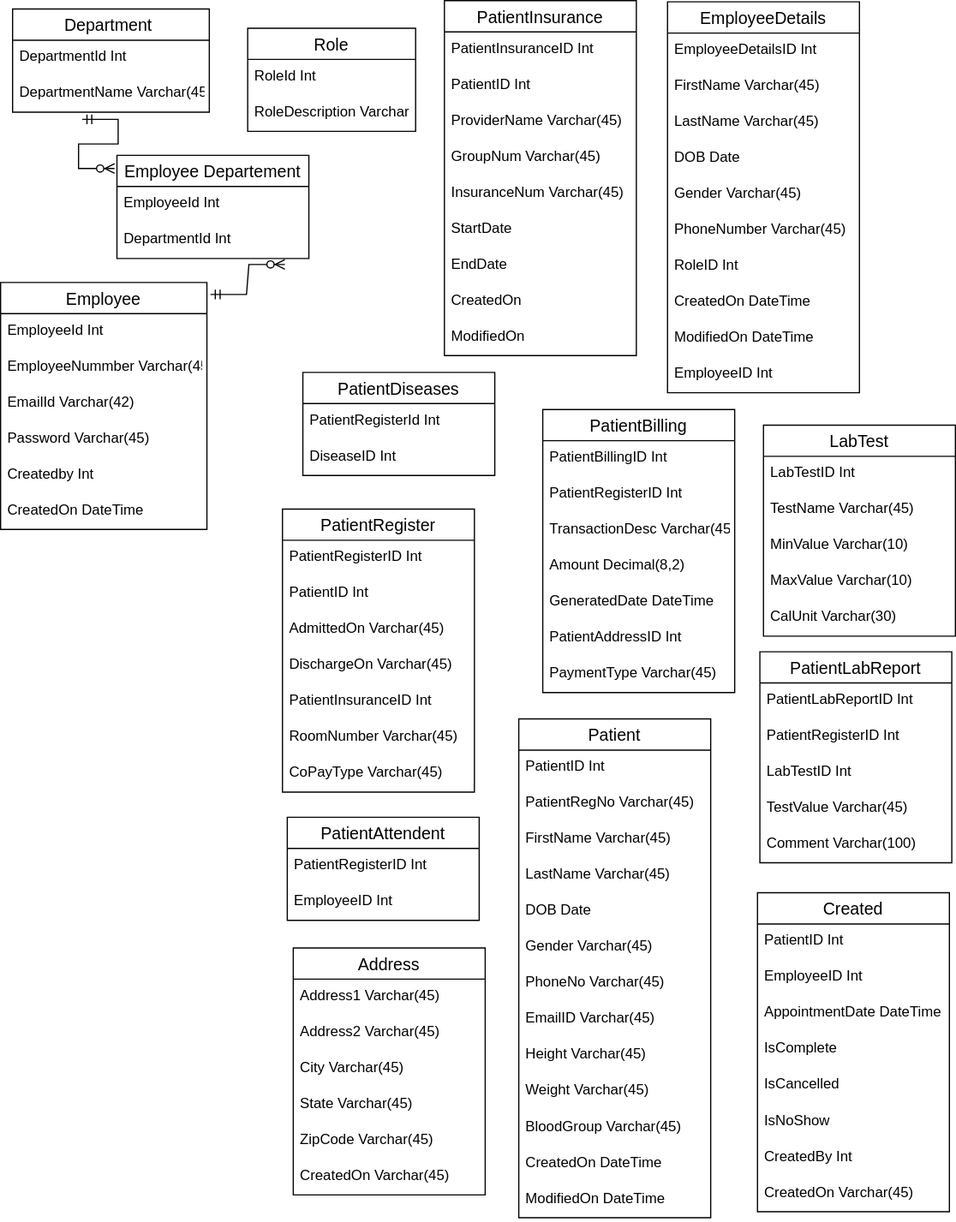
Mahima-01/Training-Repository keeps this draw.io diagram as Hospital Management System/Hospital Management System.drawio.svg. Above is the earlier version. Source tidied: cells renumbered, new cells last; positions are measured from the earlier drawing's top-left corner, leaving out a move shared by most shapes.
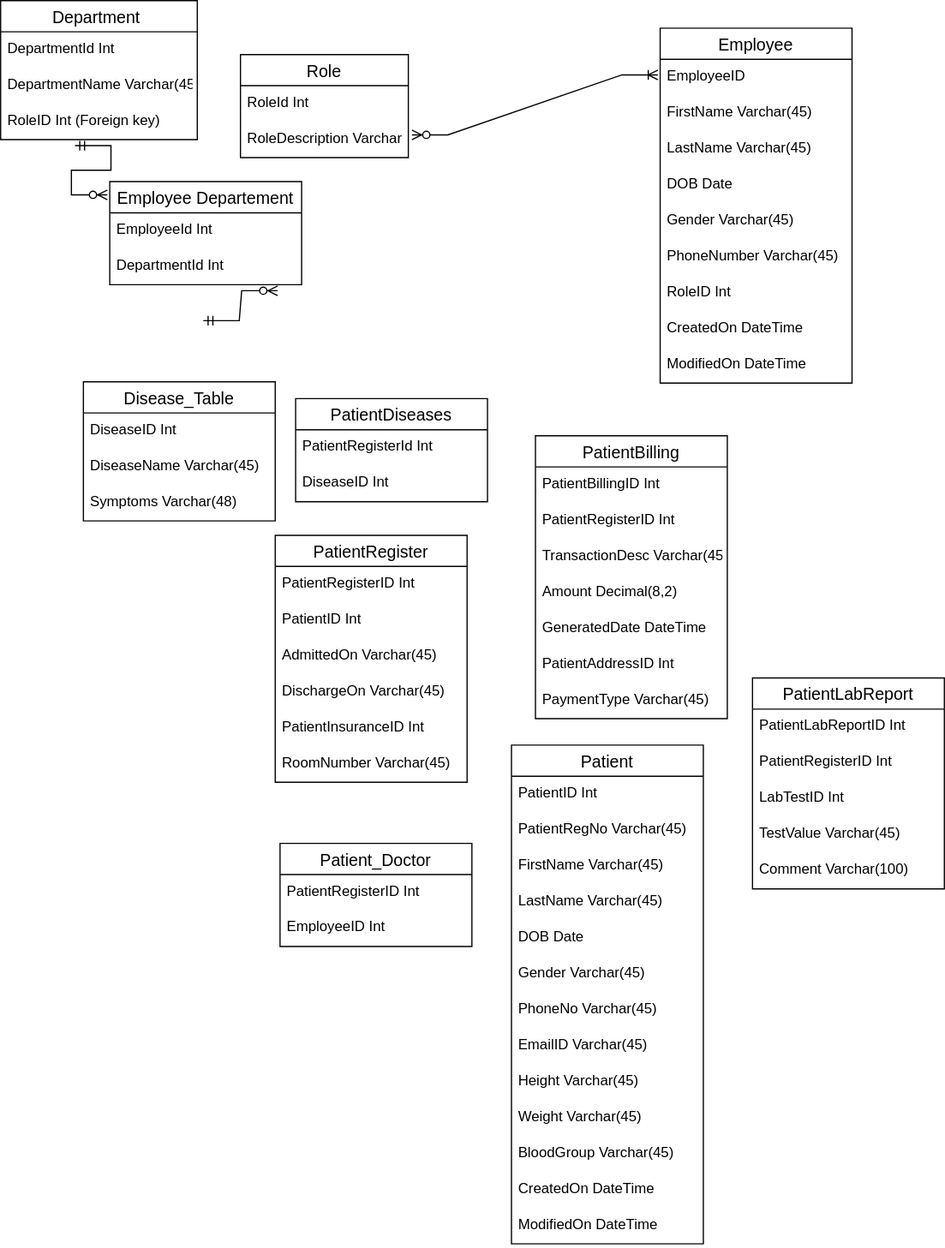
Later version of the same file.

Commit message:
Establishing Relationships between various Tables

Change to the diagram source:
```diff
@@ -3,7 +3,7 @@
     <mxCell id="0" />
     <mxCell id="1" parent="0" />
     <mxCell id="2" value="Department " style="swimlane;fontStyle=0;horizontal=1;startSize=26;align=center;fontSize=14;" parent="1" vertex="1">
-      <mxGeometry x="10" y="7" width="164" height="86" as="geometry" />
+      <mxGeometry x="6" y="-22" width="164" height="116" as="geometry" />
     </mxCell>
     <mxCell id="3" value="DepartmentId Int" style="text;strokeColor=none;fillColor=none;spacingLeft=4;spacingRight=4;overflow=hidden;fontSize=12;" parent="2" vertex="1">
       <mxGeometry y="26" width="164" height="30" as="geometry" />
@@ -11,6 +11,9 @@
     <mxCell id="4" value="DepartmentName Varchar(45)" style="text;strokeColor=none;fillColor=none;spacingLeft=4;spacingRight=4;overflow=hidden;fontSize=12;" parent="2" vertex="1">
       <mxGeometry y="56" width="164" height="30" as="geometry" />
     </mxCell>
+    <mxCell id="105" value="RoleID Int (Foreign key)" style="text;strokeColor=none;fillColor=none;spacingLeft=4;spacingRight=4;overflow=hidden;fontSize=12;" parent="2" vertex="1">
+      <mxGeometry y="86" width="164" height="30" as="geometry" />
+    </mxCell>
     <mxCell id="5" style="edgeStyle=entityRelationEdgeStyle;fontSize=12;html=1;endArrow=ERzeroToMany;startArrow=ERmandOne;rounded=0;" parent="1" edge="1">
       <mxGeometry relative="1" as="geometry">
         <mxPoint x="68" y="99" as="sourcePoint" />
@@ -32,27 +35,6 @@
         <mxPoint x="237" y="220" as="targetPoint" />
       </mxGeometry>
     </mxCell>
-    <mxCell id="10" value="Employee" style="swimlane;fontStyle=0;horizontal=1;startSize=26;align=center;fontSize=14;" parent="1" vertex="1">
-      <mxGeometry y="235" width="172" height="206" as="geometry" />
-    </mxCell>
-    <mxCell id="11" value="EmployeeId Int" style="text;strokeColor=none;fillColor=none;spacingLeft=4;spacingRight=4;overflow=hidden;fontSize=12;" parent="10" vertex="1">
-      <mxGeometry y="26" width="172" height="30" as="geometry" />
-    </mxCell>
-    <mxCell id="12" value="EmployeeNummber Varchar(45)" style="text;strokeColor=none;fillColor=none;spacingLeft=4;spacingRight=4;overflow=hidden;fontSize=12;" parent="10" vertex="1">
-      <mxGeometry y="56" width="172" height="30" as="geometry" />
-    </mxCell>
-    <mxCell id="13" value="EmailId Varchar(42)" style="text;strokeColor=none;fillColor=none;spacingLeft=4;spacingRight=4;overflow=hidden;fontSize=12;" parent="10" vertex="1">
-      <mxGeometry y="86" width="172" height="30" as="geometry" />
-    </mxCell>
-    <mxCell id="14" value="Password Varchar(45)" style="text;strokeColor=none;fillColor=none;spacingLeft=4;spacingRight=4;overflow=hidden;fontSize=12;" parent="10" vertex="1">
-      <mxGeometry y="116" width="172" height="30" as="geometry" />
-    </mxCell>
-    <mxCell id="15" value="Createdby Int" style="text;strokeColor=none;fillColor=none;spacingLeft=4;spacingRight=4;overflow=hidden;fontSize=12;" parent="10" vertex="1">
-      <mxGeometry y="146" width="172" height="30" as="geometry" />
-    </mxCell>
-    <mxCell id="16" value="CreatedOn DateTime" style="text;strokeColor=none;fillColor=none;spacingLeft=4;spacingRight=4;overflow=hidden;fontSize=12;" parent="10" vertex="1">
-      <mxGeometry y="176" width="172" height="30" as="geometry" />
-    </mxCell>
     <mxCell id="17" value="Role" style="swimlane;fontStyle=0;horizontal=1;startSize=26;align=center;fontSize=14;" parent="1" vertex="1">
       <mxGeometry x="206" y="23" width="140" height="86" as="geometry" />
     </mxCell>
@@ -62,40 +44,10 @@
     <mxCell id="19" value="RoleDescription Varchar" style="text;strokeColor=none;fillColor=none;spacingLeft=4;spacingRight=4;overflow=hidden;fontSize=12;" parent="17" vertex="1">
       <mxGeometry y="56" width="140" height="30" as="geometry" />
     </mxCell>
-    <mxCell id="20" value="PatientInsurance" style="swimlane;fontStyle=0;horizontal=1;startSize=26;align=center;fontSize=14;" parent="1" vertex="1">
-      <mxGeometry x="370" width="160" height="296" as="geometry" />
-    </mxCell>
-    <mxCell id="21" value="PatientInsuranceID Int" style="text;strokeColor=none;fillColor=none;spacingLeft=4;spacingRight=4;overflow=hidden;fontSize=12;" parent="20" vertex="1">
-      <mxGeometry y="26" width="160" height="30" as="geometry" />
-    </mxCell>
-    <mxCell id="22" value="PatientID Int&#10;" style="text;strokeColor=none;fillColor=none;spacingLeft=4;spacingRight=4;overflow=hidden;fontSize=12;" parent="20" vertex="1">
-      <mxGeometry y="56" width="160" height="30" as="geometry" />
-    </mxCell>
-    <mxCell id="23" value="ProviderName Varchar(45)" style="text;strokeColor=none;fillColor=none;spacingLeft=4;spacingRight=4;overflow=hidden;fontSize=12;" parent="20" vertex="1">
-      <mxGeometry y="86" width="160" height="30" as="geometry" />
-    </mxCell>
-    <mxCell id="24" value="GroupNum Varchar(45)" style="text;strokeColor=none;fillColor=none;spacingLeft=4;spacingRight=4;overflow=hidden;fontSize=12;" parent="20" vertex="1">
-      <mxGeometry y="116" width="160" height="30" as="geometry" />
-    </mxCell>
-    <mxCell id="25" value="InsuranceNum Varchar(45)" style="text;strokeColor=none;fillColor=none;spacingLeft=4;spacingRight=4;overflow=hidden;fontSize=12;" parent="20" vertex="1">
-      <mxGeometry y="146" width="160" height="30" as="geometry" />
-    </mxCell>
-    <mxCell id="26" value="StartDate" style="text;strokeColor=none;fillColor=none;spacingLeft=4;spacingRight=4;overflow=hidden;fontSize=12;" parent="20" vertex="1">
-      <mxGeometry y="176" width="160" height="30" as="geometry" />
-    </mxCell>
-    <mxCell id="27" value="EndDate" style="text;strokeColor=none;fillColor=none;spacingLeft=4;spacingRight=4;overflow=hidden;fontSize=12;" parent="20" vertex="1">
-      <mxGeometry y="206" width="160" height="30" as="geometry" />
-    </mxCell>
-    <mxCell id="28" value="CreatedOn" style="text;strokeColor=none;fillColor=none;spacingLeft=4;spacingRight=4;overflow=hidden;fontSize=12;" parent="20" vertex="1">
-      <mxGeometry y="236" width="160" height="30" as="geometry" />
-    </mxCell>
-    <mxCell id="29" value="ModifiedOn" style="text;strokeColor=none;fillColor=none;spacingLeft=4;spacingRight=4;overflow=hidden;fontSize=12;" parent="20" vertex="1">
-      <mxGeometry y="266" width="160" height="30" as="geometry" />
-    </mxCell>
-    <mxCell id="30" value="EmployeeDetails" style="swimlane;fontStyle=0;horizontal=1;startSize=26;align=center;fontSize=14;" parent="1" vertex="1">
-      <mxGeometry x="556" y="1" width="160" height="326" as="geometry" />
+    <mxCell id="30" value="Employee" style="swimlane;fontStyle=0;horizontal=1;startSize=26;align=center;fontSize=14;" parent="1" vertex="1">
+      <mxGeometry x="556" y="1" width="160" height="296" as="geometry" />
     </mxCell>
-    <mxCell id="31" value="EmployeeDetailsID Int" style="text;strokeColor=none;fillColor=none;spacingLeft=4;spacingRight=4;overflow=hidden;points=[[0,0.5],[1,0.5]];portConstraint=eastwest;fontSize=12;" parent="30" vertex="1">
+    <mxCell id="31" value="EmployeeID" style="text;strokeColor=none;fillColor=none;spacingLeft=4;spacingRight=4;overflow=hidden;points=[[0,0.5],[1,0.5]];portConstraint=eastwest;fontSize=12;" parent="30" vertex="1">
       <mxGeometry y="26" width="160" height="30" as="geometry" />
     </mxCell>
     <mxCell id="32" value="FirstName Varchar(45)" style="text;strokeColor=none;fillColor=none;spacingLeft=4;spacingRight=4;overflow=hidden;fontSize=12;" parent="30" vertex="1">
@@ -122,9 +74,6 @@
     <mxCell id="39" value="ModifiedOn DateTime" style="text;strokeColor=none;fillColor=none;spacingLeft=4;spacingRight=4;overflow=hidden;fontSize=12;" parent="30" vertex="1">
       <mxGeometry y="266" width="160" height="30" as="geometry" />
     </mxCell>
-    <mxCell id="40" value="EmployeeID Int " style="text;strokeColor=none;fillColor=none;spacingLeft=4;spacingRight=4;overflow=hidden;fontSize=12;" parent="30" vertex="1">
-      <mxGeometry y="296" width="160" height="30" as="geometry" />
-    </mxCell>
     <mxCell id="41" value="PatientDiseases" style="swimlane;fontStyle=0;horizontal=1;startSize=26;align=center;fontSize=14;" parent="1" vertex="1">
       <mxGeometry x="252" y="310" width="160" height="86" as="geometry" />
     </mxCell>
@@ -159,7 +108,7 @@
       <mxGeometry y="206" width="160" height="30" as="geometry" />
     </mxCell>
     <mxCell id="52" value="PatientRegister" style="swimlane;fontStyle=0;horizontal=1;startSize=26;align=center;fontSize=14;" parent="1" vertex="1">
-      <mxGeometry x="235" y="424" width="160" height="236" as="geometry" />
+      <mxGeometry x="235" y="424" width="160" height="206" as="geometry" />
     </mxCell>
     <mxCell id="53" value="PatientRegisterID Int" style="text;strokeColor=none;fillColor=none;spacingLeft=4;spacingRight=4;overflow=hidden;fontSize=12;" parent="52" vertex="1">
       <mxGeometry y="26" width="160" height="30" as="geometry" />
@@ -179,27 +128,6 @@
     <mxCell id="58" value="RoomNumber Varchar(45)" style="text;strokeColor=none;fillColor=none;spacingLeft=4;spacingRight=4;overflow=hidden;fontSize=12;" parent="52" vertex="1">
       <mxGeometry y="176" width="160" height="30" as="geometry" />
     </mxCell>
-    <mxCell id="59" value="CoPayType Varchar(45)" style="text;strokeColor=none;fillColor=none;spacingLeft=4;spacingRight=4;overflow=hidden;fontSize=12;" parent="52" vertex="1">
-      <mxGeometry y="206" width="160" height="30" as="geometry" />
-    </mxCell>
-    <mxCell id="60" value="LabTest" style="swimlane;fontStyle=0;horizontal=1;startSize=26;align=center;fontSize=14;" parent="1" vertex="1">
-      <mxGeometry x="636" y="354" width="160" height="176" as="geometry" />
-    </mxCell>
-    <mxCell id="61" value="LabTestID Int" style="text;strokeColor=none;fillColor=none;spacingLeft=4;spacingRight=4;overflow=hidden;fontSize=12;" parent="60" vertex="1">
-      <mxGeometry y="26" width="160" height="30" as="geometry" />
-    </mxCell>
-    <mxCell id="62" value="TestName Varchar(45)" style="text;strokeColor=none;fillColor=none;spacingLeft=4;spacingRight=4;overflow=hidden;fontSize=12;" parent="60" vertex="1">
-      <mxGeometry y="56" width="160" height="30" as="geometry" />
-    </mxCell>
-    <mxCell id="63" value="MinValue Varchar(10)" style="text;strokeColor=none;fillColor=none;spacingLeft=4;spacingRight=4;overflow=hidden;fontSize=12;" parent="60" vertex="1">
-      <mxGeometry y="86" width="160" height="30" as="geometry" />
-    </mxCell>
-    <mxCell id="64" value="MaxValue Varchar(10)" style="text;strokeColor=none;fillColor=none;spacingLeft=4;spacingRight=4;overflow=hidden;fontSize=12;" parent="60" vertex="1">
-      <mxGeometry y="116" width="160" height="30" as="geometry" />
-    </mxCell>
-    <mxCell id="65" value="CalUnit Varchar(30)" style="text;strokeColor=none;fillColor=none;spacingLeft=4;spacingRight=4;overflow=hidden;fontSize=12;" parent="60" vertex="1">
-      <mxGeometry y="146" width="160" height="30" as="geometry" />
-    </mxCell>
     <mxCell id="66" value="PatientLabReport" style="swimlane;fontStyle=0;horizontal=1;startSize=26;align=center;fontSize=14;" parent="1" vertex="1">
       <mxGeometry x="633" y="543" width="160" height="176" as="geometry" />
     </mxCell>
@@ -260,34 +188,7 @@
     <mxCell id="85" value="ModifiedOn DateTime" style="text;strokeColor=none;fillColor=none;spacingLeft=4;spacingRight=4;overflow=hidden;fontSize=12;" parent="72" vertex="1">
       <mxGeometry y="386" width="160" height="30" as="geometry" />
     </mxCell>
-    <mxCell id="86" value="Created" style="swimlane;fontStyle=0;horizontal=1;startSize=26;align=center;fontSize=14;" parent="1" vertex="1">
-      <mxGeometry x="631" y="744" width="160" height="266" as="geometry" />
-    </mxCell>
-    <mxCell id="87" value="PatientID Int" style="text;strokeColor=none;fillColor=none;spacingLeft=4;spacingRight=4;overflow=hidden;fontSize=12;" parent="86" vertex="1">
-      <mxGeometry y="26" width="160" height="30" as="geometry" />
-    </mxCell>
-    <mxCell id="88" value="EmployeeID Int" style="text;strokeColor=none;fillColor=none;spacingLeft=4;spacingRight=4;overflow=hidden;fontSize=12;" parent="86" vertex="1">
-      <mxGeometry y="56" width="160" height="30" as="geometry" />
-    </mxCell>
-    <mxCell id="89" value="AppointmentDate DateTime" style="text;strokeColor=none;fillColor=none;spacingLeft=4;spacingRight=4;overflow=hidden;fontSize=12;" parent="86" vertex="1">
-      <mxGeometry y="86" width="160" height="30" as="geometry" />
-    </mxCell>
-    <mxCell id="90" value="IsComplete" style="text;strokeColor=none;fillColor=none;spacingLeft=4;spacingRight=4;overflow=hidden;fontSize=12;" parent="86" vertex="1">
-      <mxGeometry y="116" width="160" height="30" as="geometry" />
-    </mxCell>
-    <mxCell id="91" value="IsCancelled" style="text;strokeColor=none;fillColor=none;spacingLeft=4;spacingRight=4;overflow=hidden;fontSize=12;" parent="86" vertex="1">
-      <mxGeometry y="146" width="160" height="30" as="geometry" />
-    </mxCell>
-    <mxCell id="92" value="IsNoShow" style="text;strokeColor=none;fillColor=none;spacingLeft=4;spacingRight=4;overflow=hidden;fontSize=12;" parent="86" vertex="1">
-      <mxGeometry y="176" width="160" height="30" as="geometry" />
-    </mxCell>
-    <mxCell id="93" value="CreatedBy Int" style="text;strokeColor=none;fillColor=none;spacingLeft=4;spacingRight=4;overflow=hidden;fontSize=12;" parent="86" vertex="1">
-      <mxGeometry y="206" width="160" height="30" as="geometry" />
-    </mxCell>
-    <mxCell id="94" value="CreatedOn Varchar(45)" style="text;strokeColor=none;fillColor=none;spacingLeft=4;spacingRight=4;overflow=hidden;fontSize=12;" parent="86" vertex="1">
-      <mxGeometry y="236" width="160" height="30" as="geometry" />
-    </mxCell>
-    <mxCell id="95" value="PatientAttendent" style="swimlane;fontStyle=0;horizontal=1;startSize=26;align=center;fontSize=14;" parent="1" vertex="1">
+    <mxCell id="95" value="Patient_Doctor" style="swimlane;fontStyle=0;horizontal=1;startSize=26;align=center;fontSize=14;" parent="1" vertex="1">
       <mxGeometry x="239" y="681" width="160" height="86" as="geometry" />
     </mxCell>
     <mxCell id="96" value="PatientRegisterID Int" style="text;strokeColor=none;fillColor=none;spacingLeft=4;spacingRight=4;overflow=hidden;fontSize=12;" parent="95" vertex="1">
@@ -296,26 +197,22 @@
     <mxCell id="97" value="EmployeeID Int" style="text;strokeColor=none;fillColor=none;spacingLeft=4;spacingRight=4;overflow=hidden;fontSize=12;" parent="95" vertex="1">
       <mxGeometry y="56" width="160" height="30" as="geometry" />
     </mxCell>
-    <mxCell id="98" value="Address" style="swimlane;fontStyle=0;horizontal=1;startSize=26;align=center;fontSize=14;" parent="1" vertex="1">
-      <mxGeometry x="244" y="790" width="160" height="206" as="geometry" />
-    </mxCell>
-    <mxCell id="99" value="Address1 Varchar(45)" style="text;strokeColor=none;fillColor=none;spacingLeft=4;spacingRight=4;overflow=hidden;fontSize=12;" parent="98" vertex="1">
-      <mxGeometry y="26" width="160" height="30" as="geometry" />
-    </mxCell>
-    <mxCell id="100" value="Address2 Varchar(45)" style="text;strokeColor=none;fillColor=none;spacingLeft=4;spacingRight=4;overflow=hidden;fontSize=12;" parent="98" vertex="1">
-      <mxGeometry y="56" width="160" height="30" as="geometry" />
-    </mxCell>
-    <mxCell id="101" value="City Varchar(45)" style="text;strokeColor=none;fillColor=none;spacingLeft=4;spacingRight=4;overflow=hidden;fontSize=12;" parent="98" vertex="1">
-      <mxGeometry y="86" width="160" height="30" as="geometry" />
-    </mxCell>
-    <mxCell id="102" value="State Varchar(45)" style="text;strokeColor=none;fillColor=none;spacingLeft=4;spacingRight=4;overflow=hidden;fontSize=12;" parent="98" vertex="1">
-      <mxGeometry y="116" width="160" height="30" as="geometry" />
-    </mxCell>
-    <mxCell id="103" value="ZipCode Varchar(45)" style="text;strokeColor=none;fillColor=none;spacingLeft=4;spacingRight=4;overflow=hidden;fontSize=12;" parent="98" vertex="1">
-      <mxGeometry y="146" width="160" height="30" as="geometry" />
-    </mxCell>
-    <mxCell id="104" value="CreatedOn Varchar(45)" style="text;strokeColor=none;fillColor=none;spacingLeft=4;spacingRight=4;overflow=hidden;fontSize=12;" parent="98" vertex="1">
-      <mxGeometry y="176" width="160" height="30" as="geometry" />
-    </mxCell>
+    <mxCell id="106" value="Disease_Table" style="swimlane;fontStyle=0;horizontal=1;startSize=26;align=center;fontSize=14;" parent="1" vertex="1">
+      <mxGeometry x="75" y="296" width="160" height="116" as="geometry" />
+    </mxCell>
+    <mxCell id="107" value="DiseaseID Int" style="text;strokeColor=none;fillColor=none;spacingLeft=4;spacingRight=4;overflow=hidden;fontSize=12;" parent="106" vertex="1">
+      <mxGeometry y="26" width="160" height="30" as="geometry" />
+    </mxCell>
+    <mxCell id="108" value="DiseaseName Varchar(45)" style="text;strokeColor=none;fillColor=none;spacingLeft=4;spacingRight=4;overflow=hidden;fontSize=12;" parent="106" vertex="1">
+      <mxGeometry y="56" width="160" height="30" as="geometry" />
+    </mxCell>
+    <mxCell id="109" value="Symptoms Varchar(48)" style="text;strokeColor=none;fillColor=none;spacingLeft=4;spacingRight=4;overflow=hidden;fontSize=12;" parent="106" vertex="1">
+      <mxGeometry y="86" width="160" height="30" as="geometry" />
+    </mxCell>
+    <mxCell id="110" style="edgeStyle=entityRelationEdgeStyle;fontSize=12;html=1;endArrow=ERoneToMany;startArrow=ERzeroToMany;rounded=0;entryX=-0.012;entryY=0.433;entryDx=0;entryDy=0;entryPerimeter=0;" parent="1" edge="1" target="31">
+      <mxGeometry relative="1" as="geometry">
+        <mxPoint x="349" y="90" as="sourcePoint" />
+      </mxGeometry>
+    </mxCell>
   </root>
 </mxGraphModel>
```
